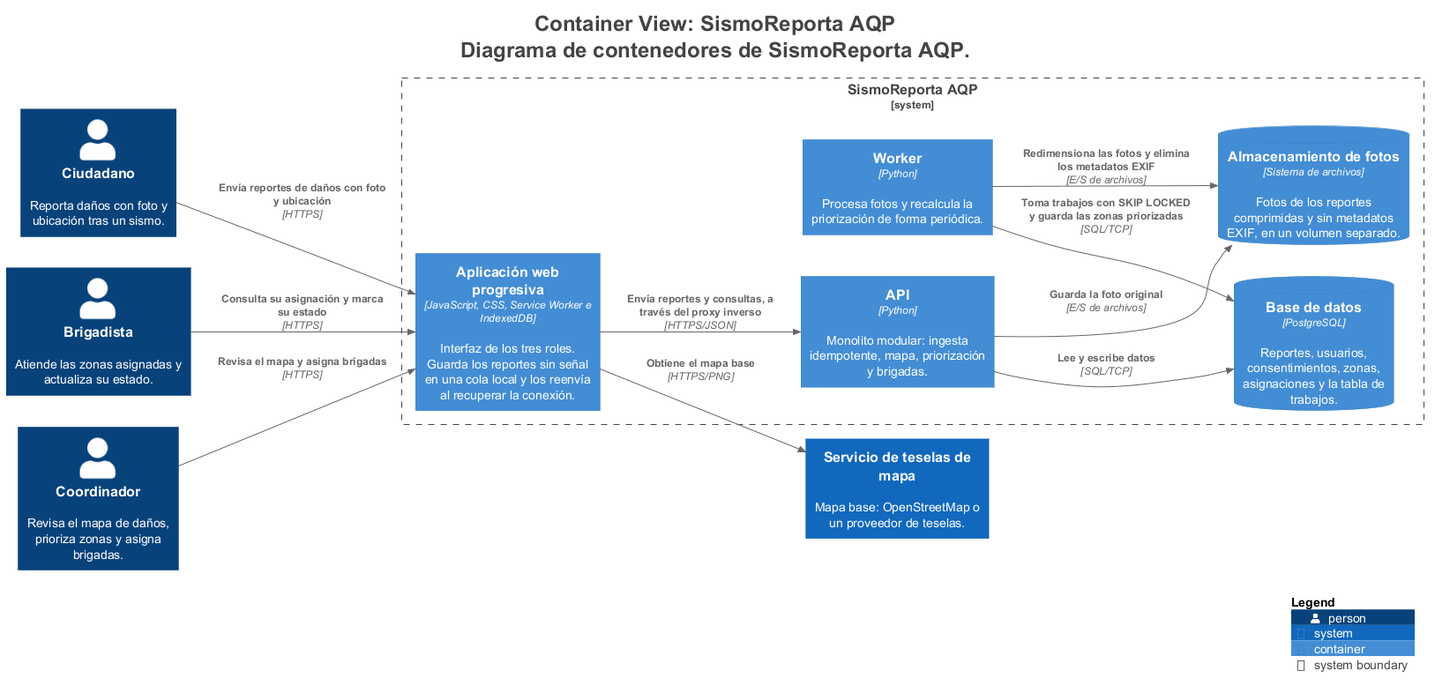
DavidOliva06/cs-2026b-lab04-grupo06 keeps this PlantUML diagram as docs/architecture/c4/img/structurizr-Contenedores.png. Above is the earlier version.
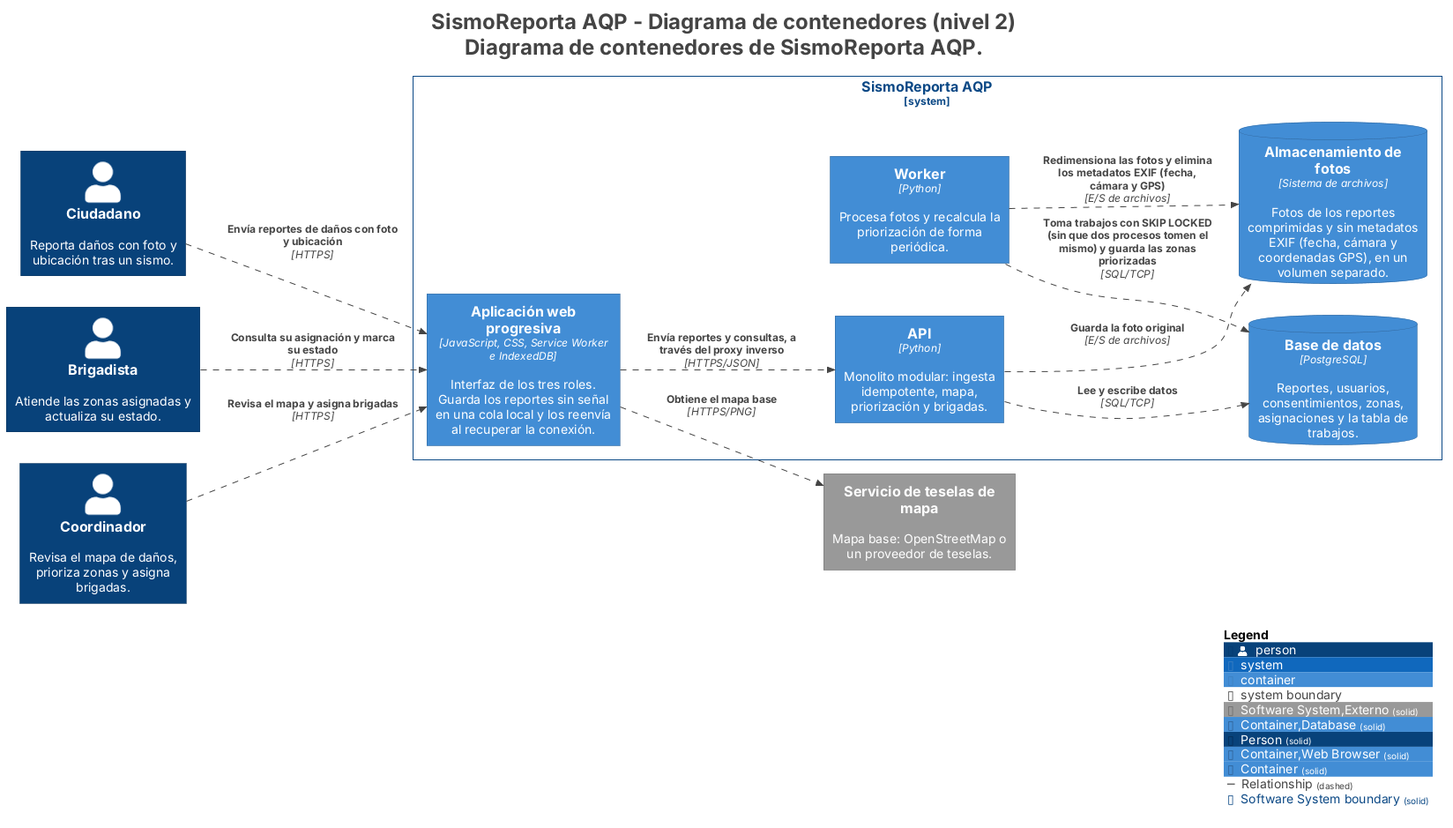
The same file after the commit.

The edit, as a diff of the source:
```diff
@@ -1,5 +1,5 @@
 @startuml
-title <size:24>Container View: SismoReporta AQP</size>\n<size:24>Diagrama de contenedores de SismoReporta AQP.</size>
+title <size:24>SismoReporta AQP - Diagrama de contenedores (nivel 2)</size>\n<size:24>Diagrama de contenedores de SismoReporta AQP.</size>
 
 set separator none
 left to right direction
@@ -15,28 +15,38 @@
 !include <C4/C4_Context>
 !include <C4/C4_Container>
 
-Person(Ciudadano, "Ciudadano", $descr="Reporta daños con foto y ubicación tras un sismo.", $tags="", $link="")
-Person(Brigadista, "Brigadista", $descr="Atiende las zonas asignadas y actualiza su estado.", $tags="", $link="")
-Person(Coordinador, "Coordinador", $descr="Revisa el mapa de daños, prioriza zonas y asigna brigadas.", $tags="", $link="")
-System(Serviciodeteselasdemapa, "Servicio de teselas de mapa", $descr="Mapa base: OpenStreetMap o un proveedor de teselas.", $tags="", $link="")
+AddElementTag("Software System,Externo", $bgColor="#999999", $borderColor="#6b6b6b", $fontColor="#ffffff", $sprite="", $shadowing="", $borderStyle="solid")
+AddElementTag("Container,Database", $bgColor="#438dd5", $borderColor="#2e6295", $fontColor="#ffffff", $sprite="", $shadowing="", $borderStyle="solid")
+AddElementTag("Person", $bgColor="#08427b", $borderColor="#052e56", $fontColor="#ffffff", $sprite="", $shadowing="", $borderStyle="solid")
+AddElementTag("Container,Web Browser", $bgColor="#438dd5", $borderColor="#2e6295", $fontColor="#ffffff", $sprite="", $shadowing="", $borderStyle="solid")
+AddElementTag("Container", $bgColor="#438dd5", $borderColor="#2e6295", $fontColor="#ffffff", $sprite="", $shadowing="", $borderStyle="solid")
 
-System_Boundary("SismoReportaAQP_boundary", "SismoReporta AQP", $tags="") {
-  Container(SismoReportaAQP.Worker, "Worker", $techn="Python", $descr="Procesa fotos y recalcula la priorización de forma periódica.", $tags="", $link="")
-  ContainerDb(SismoReportaAQP.Basededatos, "Base de datos", $techn="PostgreSQL", $descr="Reportes, usuarios, consentimientos, zonas, asignaciones y la tabla de trabajos.", $tags="", $link="")
-  ContainerDb(SismoReportaAQP.Almacenamientodefotos, "Almacenamiento de fotos", $techn="Sistema de archivos", $descr="Fotos de los reportes comprimidas y sin metadatos EXIF, en un volumen separado.", $tags="", $link="")
-  Container(SismoReportaAQP.Aplicaciónwebprogresiva, "Aplicación web progresiva", $techn="JavaScript, CSS, Service Worker e IndexedDB", $descr="Interfaz de los tres roles. Guarda los reportes sin señal en una cola local y los reenvía al recuperar la conexión.", $tags="", $link="")
-  Container(SismoReportaAQP.API, "API", $techn="Python", $descr="Monolito modular: ingesta idempotente, mapa, priorización y brigadas.", $tags="", $link="")
+AddRelTag("Relationship", $textColor="#444444", $lineColor="#444444", $lineStyle = DashedLine())
+
+AddBoundaryTag("Software System", $bgColor="#ffffff", $borderColor="#0b4884", $fontColor="#0b4884", $shadowing="", $borderStyle="solid")
+
+Person(Ciudadano, "Ciudadano", $descr="Reporta daños con foto y ubicación tras un sismo.", $tags="Person", $link="")
+Person(Brigadista, "Brigadista", $descr="Atiende las zonas asignadas y actualiza su estado.", $tags="Person", $link="")
+Person(Coordinador, "Coordinador", $descr="Revisa el mapa de daños, prioriza zonas y asigna brigadas.", $tags="Person", $link="")
+System(Serviciodeteselasdemapa, "Servicio de teselas de mapa", $descr="Mapa base: OpenStreetMap o un proveedor de teselas.", $tags="Software System,Externo", $link="")
+
+System_Boundary("SismoReportaAQP_boundary", "SismoReporta AQP", $tags="Software System") {
+  Container(SismoReportaAQP.Worker, "Worker", $techn="Python", $descr="Procesa fotos y recalcula la priorización de forma periódica.", $tags="Container", $link="")
+  ContainerDb(SismoReportaAQP.Basededatos, "Base de datos", $techn="PostgreSQL", $descr="Reportes, usuarios, consentimientos, zonas, asignaciones y la tabla de trabajos.", $tags="Container,Database", $link="")
+  ContainerDb(SismoReportaAQP.Almacenamientodefotos, "Almacenamiento de fotos", $techn="Sistema de archivos", $descr="Fotos de los reportes comprimidas y sin metadatos EXIF (fecha, cámara y coordenadas GPS), en un volumen separado.", $tags="Container,Database", $link="")
+  Container(SismoReportaAQP.Aplicaciónwebprogresiva, "Aplicación web progresiva", $techn="JavaScript, CSS, Service Worker e IndexedDB", $descr="Interfaz de los tres roles. Guarda los reportes sin señal en una cola local y los reenvía al recuperar la conexión.", $tags="Container,Web Browser", $link="")
+  Container(SismoReportaAQP.API, "API", $techn="Python", $descr="Monolito modular: ingesta idempotente, mapa, priorización y brigadas.", $tags="Container", $link="")
 }
 
-Rel(Ciudadano, SismoReportaAQP.Aplicaciónwebprogresiva, "Envía reportes de daños con foto y ubicación", $techn="HTTPS", $tags="", $link="")
-Rel(Brigadista, SismoReportaAQP.Aplicaciónwebprogresiva, "Consulta su asignación y marca su estado", $techn="HTTPS", $tags="", $link="")
-Rel(Coordinador, SismoReportaAQP.Aplicaciónwebprogresiva, "Revisa el mapa y asigna brigadas", $techn="HTTPS", $tags="", $link="")
-Rel(SismoReportaAQP.Aplicaciónwebprogresiva, SismoReportaAQP.API, "Envía reportes y consultas, a través del proxy inverso", $techn="HTTPS/JSON", $tags="", $link="")
-Rel(SismoReportaAQP.Aplicaciónwebprogresiva, Serviciodeteselasdemapa, "Obtiene el mapa base", $techn="HTTPS/PNG", $tags="", $link="")
-Rel(SismoReportaAQP.API, SismoReportaAQP.Basededatos, "Lee y escribe datos", $techn="SQL/TCP", $tags="", $link="")
-Rel(SismoReportaAQP.API, SismoReportaAQP.Almacenamientodefotos, "Guarda la foto original", $techn="E/S de archivos", $tags="", $link="")
-Rel(SismoReportaAQP.Worker, SismoReportaAQP.Basededatos, "Toma trabajos con SKIP LOCKED y guarda las zonas priorizadas", $techn="SQL/TCP", $tags="", $link="")
-Rel(SismoReportaAQP.Worker, SismoReportaAQP.Almacenamientodefotos, "Redimensiona las fotos y elimina los metadatos EXIF", $techn="E/S de archivos", $tags="", $link="")
+Rel(Ciudadano, SismoReportaAQP.Aplicaciónwebprogresiva, "Envía reportes de daños con foto y ubicación", $techn="HTTPS", $tags="Relationship", $link="")
+Rel(Brigadista, SismoReportaAQP.Aplicaciónwebprogresiva, "Consulta su asignación y marca su estado", $techn="HTTPS", $tags="Relationship", $link="")
+Rel(Coordinador, SismoReportaAQP.Aplicaciónwebprogresiva, "Revisa el mapa y asigna brigadas", $techn="HTTPS", $tags="Relationship", $link="")
+Rel(SismoReportaAQP.Aplicaciónwebprogresiva, SismoReportaAQP.API, "Envía reportes y consultas, a través del proxy inverso", $techn="HTTPS/JSON", $tags="Relationship", $link="")
+Rel(SismoReportaAQP.Aplicaciónwebprogresiva, Serviciodeteselasdemapa, "Obtiene el mapa base", $techn="HTTPS/PNG", $tags="Relationship", $link="")
+Rel(SismoReportaAQP.API, SismoReportaAQP.Basededatos, "Lee y escribe datos", $techn="SQL/TCP", $tags="Relationship", $link="")
+Rel(SismoReportaAQP.API, SismoReportaAQP.Almacenamientodefotos, "Guarda la foto original", $techn="E/S de archivos", $tags="Relationship", $link="")
+Rel(SismoReportaAQP.Worker, SismoReportaAQP.Basededatos, "Toma trabajos con SKIP LOCKED (sin que dos procesos tomen el mismo) y guarda las zonas priorizadas", $techn="SQL/TCP", $tags="Relationship", $link="")
+Rel(SismoReportaAQP.Worker, SismoReportaAQP.Almacenamientodefotos, "Redimensiona las fotos y elimina los metadatos EXIF (fecha, cámara y GPS)", $techn="E/S de archivos", $tags="Relationship", $link="")
 
 SHOW_LEGEND(true)
 hide stereotypes
```
